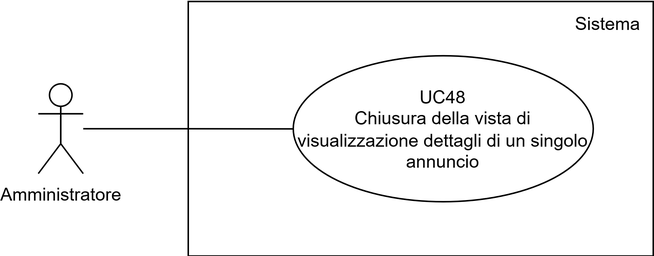
Before: assets/use_cases/UC48.png, a diagram exported from draw.io (SWEatUNIPD/docs). Source tidied: cells renumbered, new cells last; positions are measured from the earlier drawing's top-left corner, leaving out a move shared by most shapes.
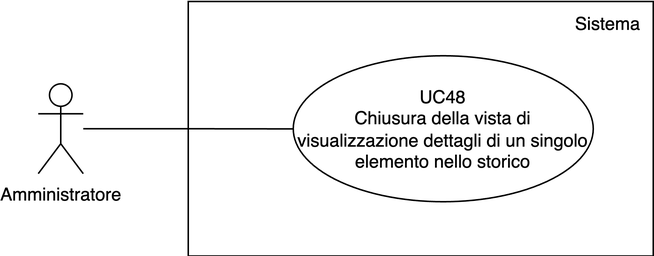
Later version of the same file.

What changed in the source:
```diff
@@ -11,7 +11,7 @@
     <mxCell id="4" value="Amministratore" style="shape=umlActor;verticalLabelPosition=bottom;verticalAlign=top;html=1;outlineConnect=0;" parent="1" vertex="1">
       <mxGeometry y="55.5" width="30" height="60" as="geometry" />
     </mxCell>
-    <mxCell id="5" value="UC48&lt;div&gt;Chiusura della vista di visualizzazione dettagli di un singolo annuncio&lt;/div&gt;" style="ellipse;whiteSpace=wrap;html=1;fillColor=none;" parent="1" vertex="1">
+    <mxCell id="5" value="UC48&lt;div&gt;Chiusura della vista di visualizzazione dettagli di un singolo elemento nello storico&lt;/div&gt;" style="ellipse;whiteSpace=wrap;html=1;fillColor=none;" parent="1" vertex="1">
       <mxGeometry x="170" y="36.8" width="200" height="97.5" as="geometry" />
     </mxCell>
     <mxCell id="6" value="Sistema" style="text;html=1;align=center;verticalAlign=middle;whiteSpace=wrap;rounded=0;" parent="1" vertex="1">
```
